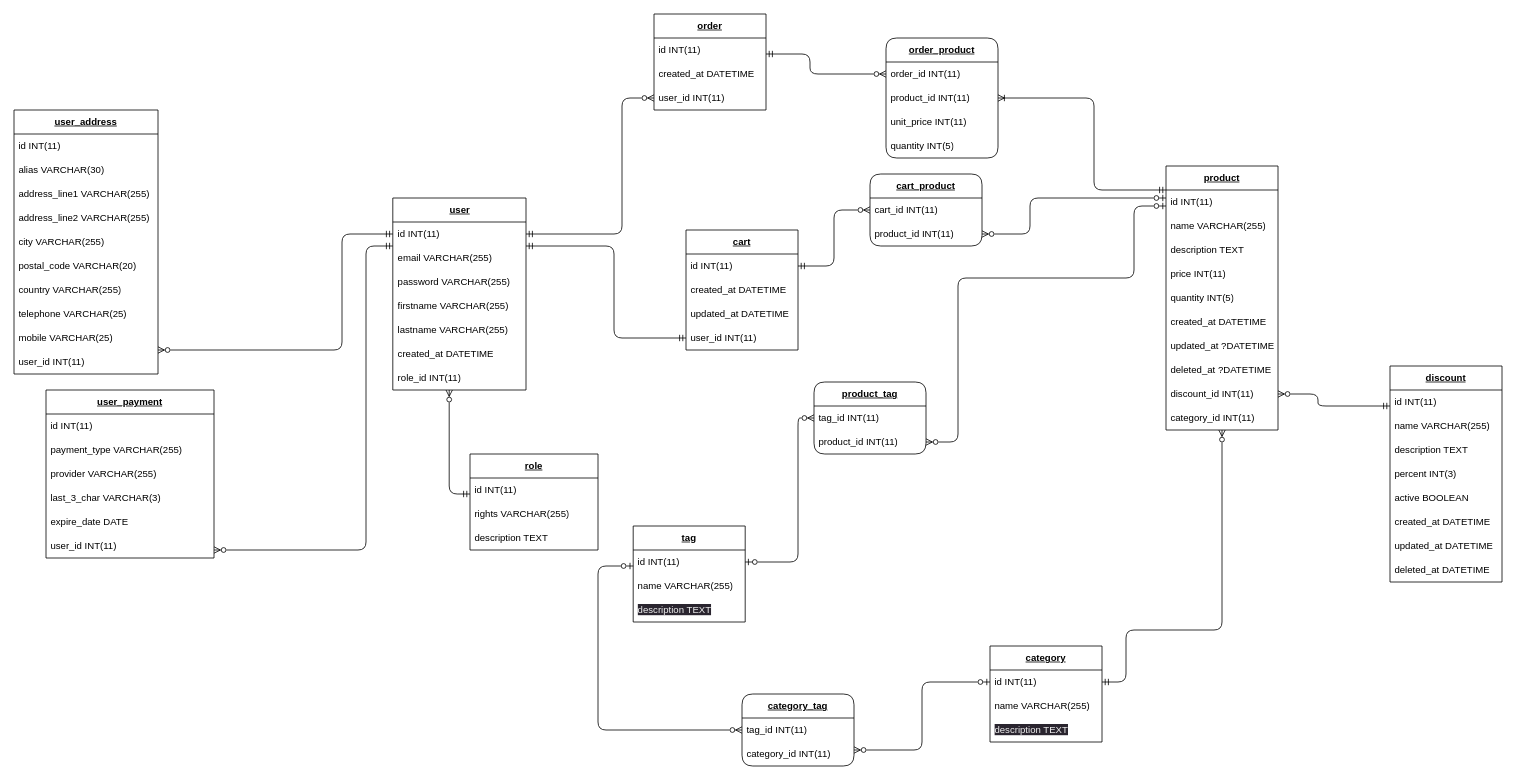
The draw.io diagram mpd.drawio in felix-hauger/boutique-en-ligne, before the edit. Source tidied: cells renumbered, new cells numbered last; positions are measured from the earlier drawing's top-left corner, leaving out a move shared by most shapes. Both pictures are drawn from the tidied source at 80%, with x=0, y=0 at pixel (14, 14).
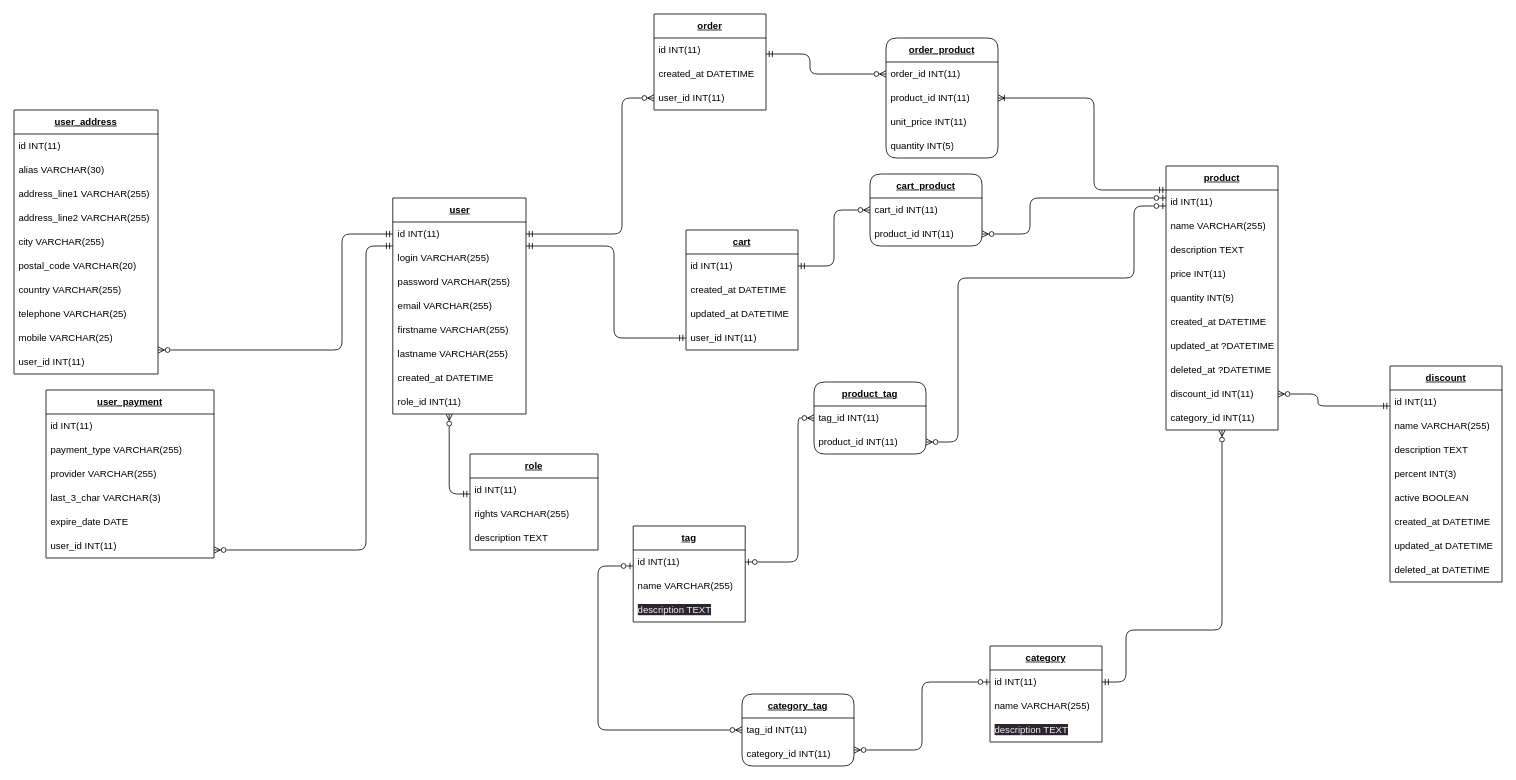
After the change.

Commit message (it also covers changes not shown here):
MCD, MLD, MPD - added login field to log user with password

Change to the diagram source:
```diff
@@
     <mxCell id="4" value="&lt;b&gt;&lt;u&gt;user&lt;/u&gt;&lt;/b&gt;" style="swimlane;fontStyle=0;horizontal=1;startSize=30;whiteSpace=wrap;html=1;" parent="1" vertex="1">
-      <mxGeometry x="473.5" y="230" width="166.5" height="240" as="geometry" />
+      <mxGeometry x="473.5" y="230" width="166.5" height="270" as="geometry" />
     </mxCell>
@@
+    <mxCell id="102" value="login VARCHAR(255)" style="text;strokeColor=none;fillColor=none;align=left;verticalAlign=middle;spacingLeft=4;spacingRight=4;overflow=hidden;whiteSpace=wrap;html=1;" parent="4" vertex="1">
+      <mxGeometry y="60" width="166.5" height="30" as="geometry" />
+    </mxCell>
+    <mxCell id="7" value="password&amp;nbsp;VARCHAR(255)" style="text;strokeColor=none;fillColor=none;align=left;verticalAlign=middle;spacingLeft=4;spacingRight=4;overflow=hidden;whiteSpace=wrap;html=1;" parent="4" vertex="1">
+      <mxGeometry y="90" width="166.5" height="30" as="geometry" />
+    </mxCell>
     <mxCell id="6" value="email VARCHAR(255)" style="text;strokeColor=none;fillColor=none;align=left;verticalAlign=middle;spacingLeft=4;spacingRight=4;overflow=hidden;whiteSpace=wrap;html=1;" parent="4" vertex="1">
-      <mxGeometry y="60" width="166.5" height="30" as="geometry" />
+      <mxGeometry y="120" width="166.5" height="30" as="geometry" />
     </mxCell>
-    <mxCell id="7" value="password&amp;nbsp;VARCHAR(255)" style="text;strokeColor=none;fillColor=none;align=left;verticalAlign=middle;spacingLeft=4;spacingRight=4;overflow=hidden;whiteSpace=wrap;html=1;" parent="4" vertex="1">
-      <mxGeometry y="90" width="166.5" height="30" as="geometry" />
-    </mxCell>
     <mxCell id="8" value="firstname&amp;nbsp;VARCHAR(255)" style="text;strokeColor=none;fillColor=none;align=left;verticalAlign=middle;spacingLeft=4;spacingRight=4;overflow=hidden;whiteSpace=wrap;html=1;" parent="4" vertex="1">
-      <mxGeometry y="120" width="166.5" height="30" as="geometry" />
+      <mxGeometry y="150" width="166.5" height="30" as="geometry" />
     </mxCell>
     <mxCell id="9" value="lastname&amp;nbsp;VARCHAR(255)" style="text;strokeColor=none;fillColor=none;align=left;verticalAlign=middle;spacingLeft=4;spacingRight=4;overflow=hidden;whiteSpace=wrap;html=1;" parent="4" vertex="1">
-      <mxGeometry y="150" width="166.5" height="30" as="geometry" />
+      <mxGeometry y="180" width="166.5" height="30" as="geometry" />
     </mxCell>
     <mxCell id="10" value="created_at DATETIME" style="text;strokeColor=none;fillColor=none;align=left;verticalAlign=middle;spacingLeft=4;spacingRight=4;overflow=hidden;whiteSpace=wrap;html=1;" parent="4" vertex="1">
-      <mxGeometry y="180" width="166.5" height="30" as="geometry" />
+      <mxGeometry y="210" width="166.5" height="30" as="geometry" />
     </mxCell>
     <mxCell id="11" value="role_id&amp;nbsp;INT(11)" style="text;strokeColor=none;fillColor=none;align=left;verticalAlign=middle;spacingLeft=4;spacingRight=4;overflow=hidden;points=[[0,0.5],[1,0.5]];portConstraint=eastwest;whiteSpace=wrap;html=1;" parent="4" vertex="1">
-      <mxGeometry y="210" width="166.5" height="30" as="geometry" />
+      <mxGeometry y="240" width="166.5" height="30" as="geometry" />
     </mxCell>
```
